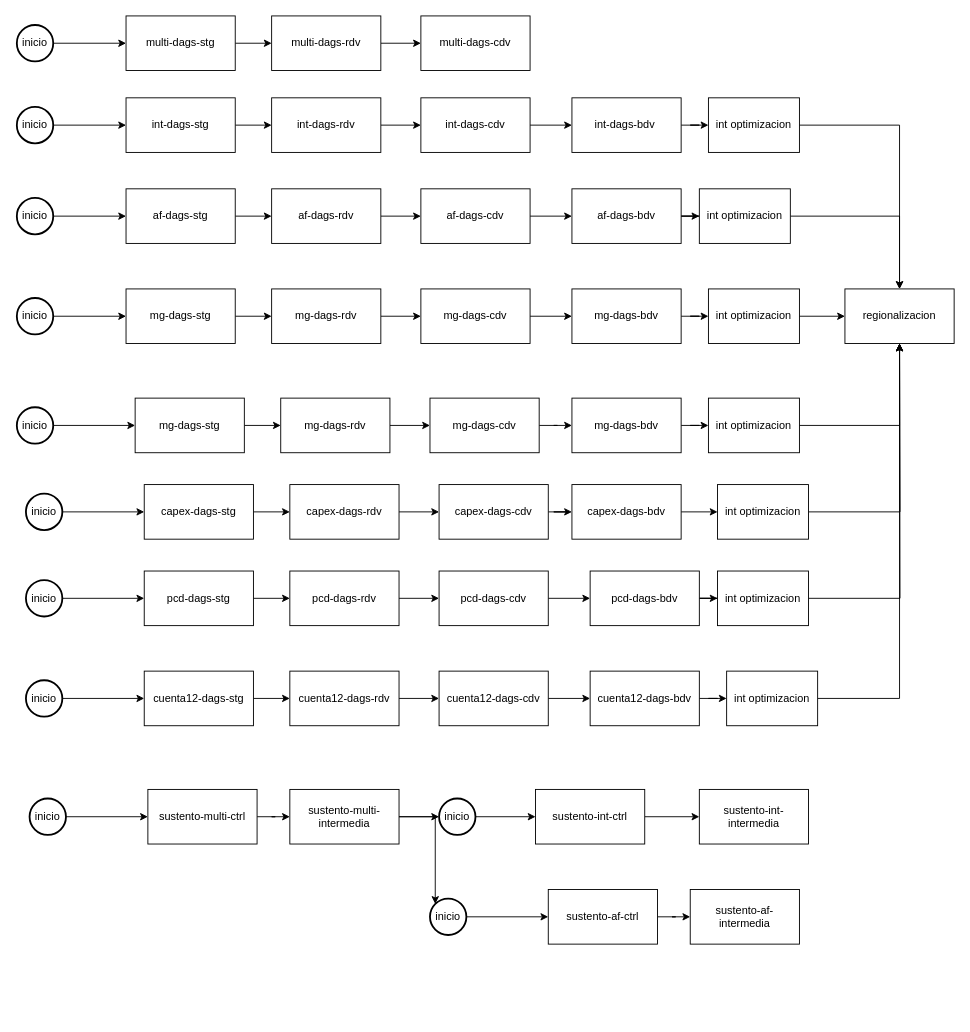
Above: diagrama-orquestado-airflow.drawio in carlsromec/procesos-diagramas (draw.io), before the change. Source tidied: cells renumbered, new cells numbered last; positions are measured from the earlier drawing's top-left corner, leaving out a move shared by most shapes. Both pictures are drawn from the tidied source at 91%, with x=0, y=0 at pixel (16, 15).
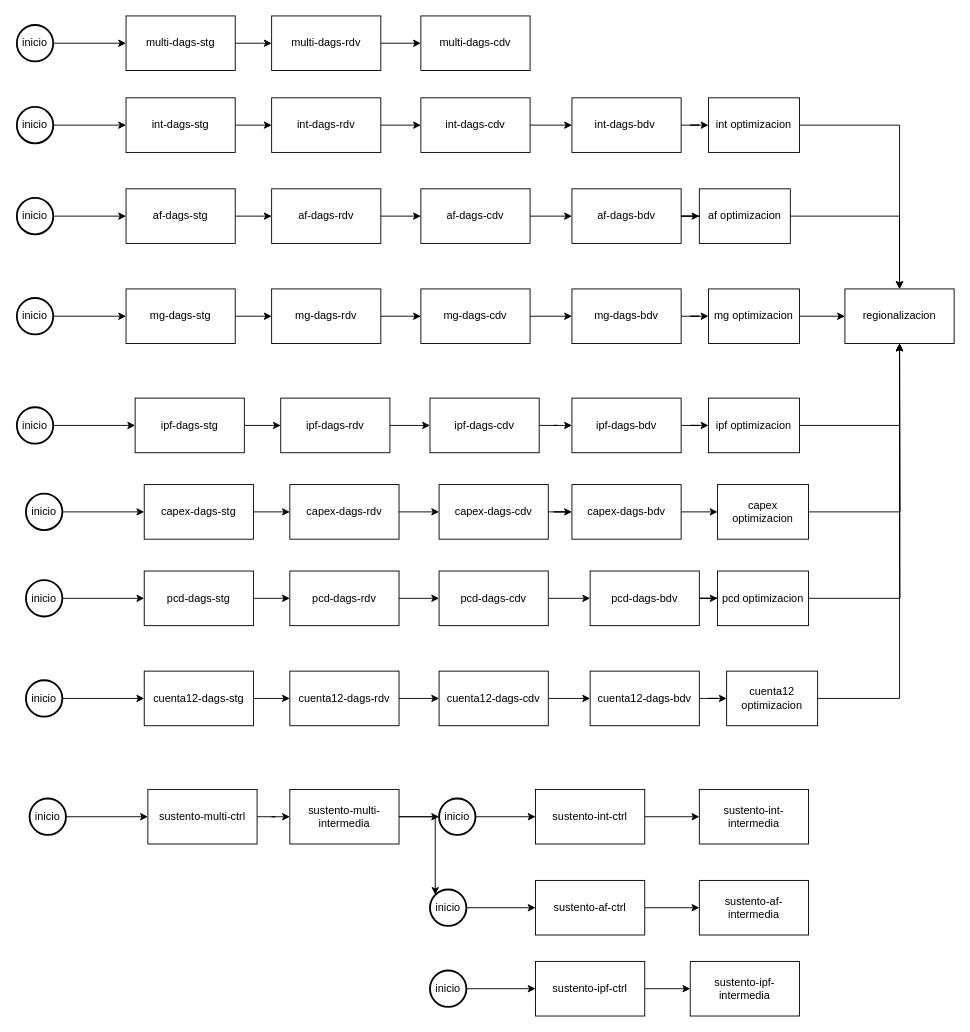
The same diagram, later.

Change to the diagram source:
```diff
@@
-    <mxCell id="32" value="mg-dags-stg" style="rounded=0;whiteSpace=wrap;html=1;" parent="1" vertex="1">
+    <mxCell id="32" value="ipf-dags-stg" style="rounded=0;whiteSpace=wrap;html=1;" parent="1" vertex="1">
       <mxGeometry x="130" y="420" width="120" height="60" as="geometry" />
     </mxCell>
@@
-    <mxCell id="34" value="mg-dags-rdv" style="rounded=0;whiteSpace=wrap;html=1;" parent="1" vertex="1">
+    <mxCell id="34" value="ipf-dags-rdv" style="rounded=0;whiteSpace=wrap;html=1;" parent="1" vertex="1">
       <mxGeometry x="290" y="420" width="120" height="60" as="geometry" />
     </mxCell>
@@
-    <mxCell id="36" value="mg-dags-cdv" style="rounded=0;whiteSpace=wrap;html=1;" parent="1" vertex="1">
+    <mxCell id="36" value="ipf-dags-cdv" style="rounded=0;whiteSpace=wrap;html=1;" parent="1" vertex="1">
       <mxGeometry x="454" y="420" width="120" height="60" as="geometry" />
     </mxCell>
@@
-    <mxCell id="38" value="mg-dags-bdv" style="rounded=0;whiteSpace=wrap;html=1;" parent="1" vertex="1">
+    <mxCell id="38" value="ipf-dags-bdv" style="rounded=0;whiteSpace=wrap;html=1;" parent="1" vertex="1">
       <mxGeometry x="610" y="420" width="120" height="60" as="geometry" />
     </mxCell>
@@
-    <mxCell id="89" value="int optimizacion" style="rounded=0;whiteSpace=wrap;html=1;" parent="1" vertex="1">
+    <mxCell id="89" value="af optimizacion" style="rounded=0;whiteSpace=wrap;html=1;" parent="1" vertex="1">
       <mxGeometry x="750" y="190" width="100" height="60" as="geometry" />
     </mxCell>
@@
-    <mxCell id="91" value="int optimizacion" style="rounded=0;whiteSpace=wrap;html=1;" parent="1" vertex="1">
+    <mxCell id="91" value="mg optimizacion" style="rounded=0;whiteSpace=wrap;html=1;" parent="1" vertex="1">
       <mxGeometry x="760" y="300" width="100" height="60" as="geometry" />
     </mxCell>
@@
-    <mxCell id="93" value="int optimizacion" style="rounded=0;whiteSpace=wrap;html=1;" parent="1" vertex="1">
+    <mxCell id="93" value="ipf optimizacion" style="rounded=0;whiteSpace=wrap;html=1;" parent="1" vertex="1">
       <mxGeometry x="760" y="420" width="100" height="60" as="geometry" />
     </mxCell>
@@
-    <mxCell id="95" value="int optimizacion" style="rounded=0;whiteSpace=wrap;html=1;" parent="1" vertex="1">
+    <mxCell id="95" value="capex optimizacion" style="rounded=0;whiteSpace=wrap;html=1;" parent="1" vertex="1">
       <mxGeometry x="770" y="515" width="100" height="60" as="geometry" />
     </mxCell>
@@
-    <mxCell id="97" value="int optimizacion" style="rounded=0;whiteSpace=wrap;html=1;" parent="1" vertex="1">
+    <mxCell id="97" value="pcd optimizacion" style="rounded=0;whiteSpace=wrap;html=1;" parent="1" vertex="1">
       <mxGeometry x="770" y="610" width="100" height="60" as="geometry" />
     </mxCell>
@@
-    <mxCell id="99" value="int optimizacion" style="rounded=0;whiteSpace=wrap;html=1;" parent="1" vertex="1">
+    <mxCell id="99" value="cuenta12 optimizacion" style="rounded=0;whiteSpace=wrap;html=1;" parent="1" vertex="1">
       <mxGeometry x="780" y="720" width="100" height="60" as="geometry" />
     </mxCell>
@@
     <mxCell id="106" value="sustento-af-ctrl" style="rounded=0;whiteSpace=wrap;html=1;" parent="1" vertex="1">
-      <mxGeometry x="584" y="960" width="120" height="60" as="geometry" />
+      <mxGeometry x="570" y="950" width="120" height="60" as="geometry" />
     </mxCell>
@@
     <mxCell id="108" value="inicio" style="strokeWidth=2;html=1;shape=mxgraph.flowchart.start_2;whiteSpace=wrap;" parent="1" vertex="1">
-      <mxGeometry x="454" y="970" width="40" height="40" as="geometry" />
+      <mxGeometry x="454" y="960" width="40" height="40" as="geometry" />
     </mxCell>
     <mxCell id="109" value="sustento-af-intermedia" style="rounded=0;whiteSpace=wrap;html=1;" parent="1" vertex="1">
-      <mxGeometry x="740" y="960" width="120" height="60" as="geometry" />
+      <mxGeometry x="750" y="950" width="120" height="60" as="geometry" />
     </mxCell>
@@
+    <mxCell id="111" style="edgeStyle=orthogonalEdgeStyle;rounded=0;jettySize=auto;html=1;" parent="1" edge="1" source="112" target="115">
+      <mxGeometry relative="1" as="geometry" />
+    </mxCell>
+    <mxCell id="112" value="sustento-ipf-ctrl" style="rounded=0;whiteSpace=wrap;html=1;" parent="1" vertex="1">
+      <mxGeometry x="570" y="1039" width="120" height="60" as="geometry" />
+    </mxCell>
+    <mxCell id="113" style="edgeStyle=orthogonalEdgeStyle;rounded=0;jettySize=auto;html=1;" parent="1" edge="1" source="114" target="112">
+      <mxGeometry relative="1" as="geometry" />
+    </mxCell>
+    <mxCell id="114" value="inicio" style="strokeWidth=2;html=1;shape=mxgraph.flowchart.start_2;whiteSpace=wrap;" parent="1" vertex="1">
+      <mxGeometry x="454" y="1049" width="40" height="40" as="geometry" />
+    </mxCell>
+    <mxCell id="115" value="sustento-ipf-intermedia" style="rounded=0;whiteSpace=wrap;html=1;" parent="1" vertex="1">
+      <mxGeometry x="740" y="1039" width="120" height="60" as="geometry" />
+    </mxCell>
```
